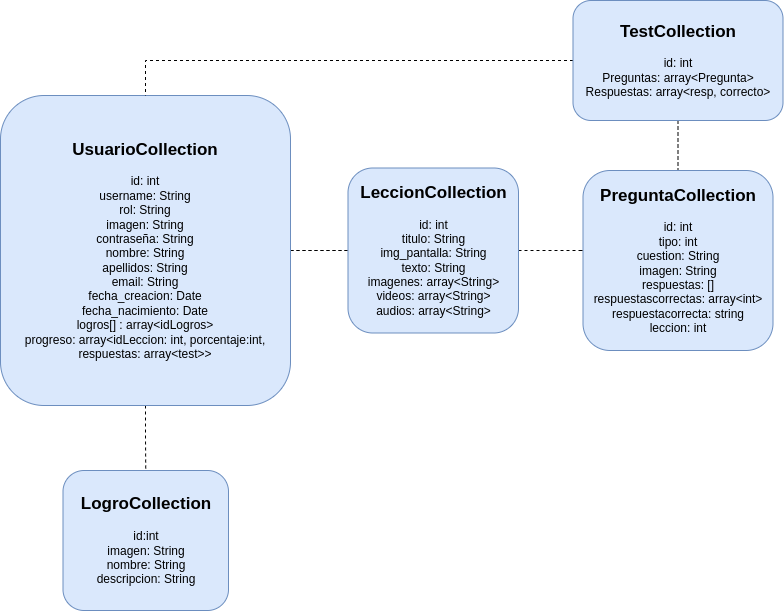
Above: Memoria/imagenes/c6/bbdd.png in SergioHrvas/MeloudyAppTFG (draw.io), before the change. Source tidied: cells renumbered, new cells last; positions are measured from the earlier drawing's top-left corner, leaving out a move shared by most shapes.
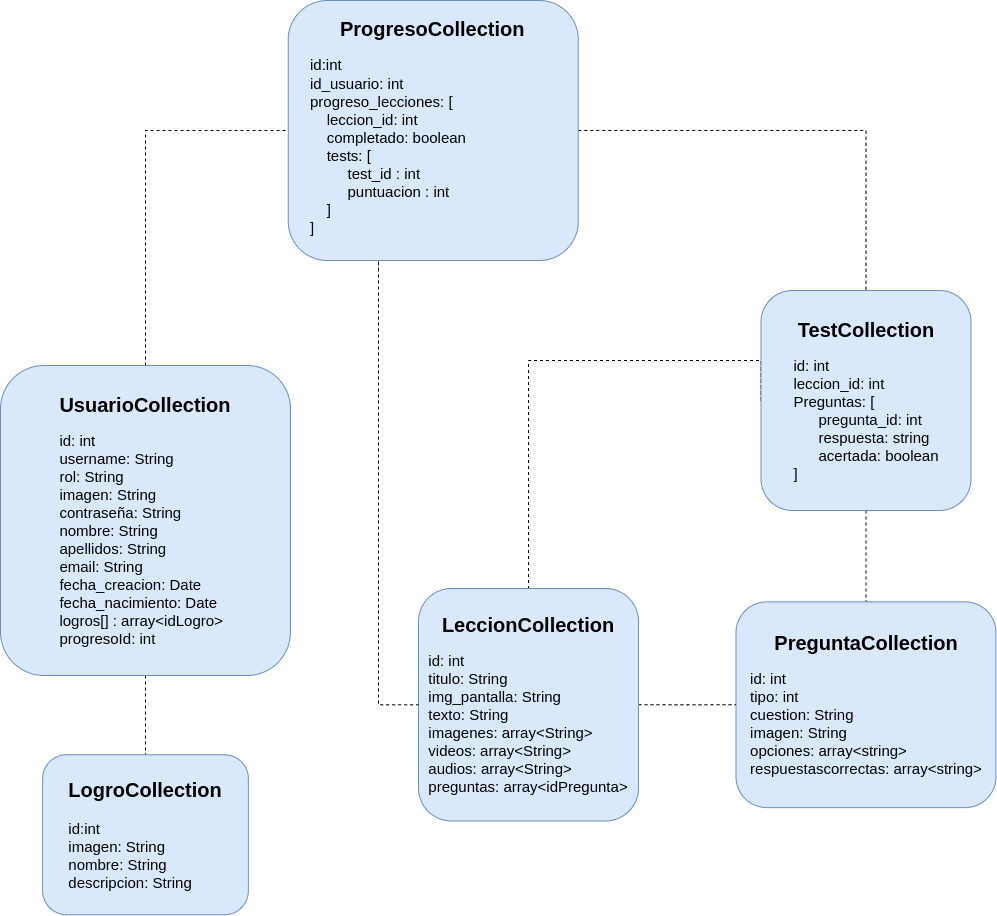
Above is the later version.

Diff of the diagram source:
```diff
@@ -5,49 +5,58 @@
     <mxCell id="2" style="edgeStyle=orthogonalEdgeStyle;rounded=0;jettySize=auto;html=1;exitX=0.5;exitY=1;exitDx=0;exitDy=0;endArrow=none;endFill=0;startArrow=none;startFill=0;dashed=1;" parent="1" edge="1" source="5" target="12">
       <mxGeometry relative="1" as="geometry" />
     </mxCell>
-    <mxCell id="3" style="edgeStyle=orthogonalEdgeStyle;rounded=0;jettySize=auto;html=1;exitX=1;exitY=0.5;exitDx=0;exitDy=0;entryX=0;entryY=0.5;entryDx=0;entryDy=0;fontSize=17;startArrow=none;startFill=0;endArrow=none;endFill=0;dashed=1;" parent="1" edge="1" source="5" target="11">
-      <mxGeometry relative="1" as="geometry" />
-    </mxCell>
-    <mxCell id="4" style="edgeStyle=orthogonalEdgeStyle;rounded=0;jettySize=auto;html=1;dashed=1;startArrow=none;startFill=0;endArrow=none;endFill=0;entryX=0;entryY=0.5;entryDx=0;entryDy=0;" parent="1" edge="1" source="5" target="11">
-      <mxGeometry relative="1" as="geometry" />
-    </mxCell>
+    <mxCell id="13" style="edgeStyle=orthogonalEdgeStyle;rounded=0;jettySize=auto;html=1;exitX=0.5;exitY=0;exitDx=0;exitDy=0;entryX=0;entryY=0.5;entryDx=0;entryDy=0;fontFamily=Verdana;fontSize=28;dashed=1;endArrow=none;endFill=0;" parent="1" edge="1" source="5" target="17">
+      <mxGeometry relative="1" as="geometry" />
+    </mxCell>
-    <mxCell id="5" value="&lt;b&gt;&lt;font style=&quot;font-size: 17px;&quot;&gt;UsuarioCollection&lt;br&gt;&lt;/font&gt;&lt;/b&gt;&lt;br&gt;id: int&lt;br&gt;username: String&lt;br&gt;rol: String&lt;br&gt;imagen: String&lt;br&gt;contraseña: String&lt;br&gt;nombre: String&lt;br&gt;apellidos: String&lt;br&gt;email: String&lt;br&gt;fecha_creacion: Date&lt;br&gt;fecha_nacimiento: Date&lt;br&gt;logros[] : array&amp;lt;idLogros&amp;gt;&lt;br&gt;progreso: array&amp;lt;idLeccion: int, porcentaje:int, respuestas: array&amp;lt;test&amp;gt;&amp;gt;" style="rounded=1;whiteSpace=wrap;html=1;fillColor=#dae8fc;strokeColor=#6c8ebf;" parent="1" vertex="1">
+    <mxCell id="5" value="&lt;b style=&quot;font-size: 20px;&quot;&gt;&lt;font style=&quot;font-size: 20px;&quot;&gt;UsuarioCollection&lt;br&gt;&lt;/font&gt;&lt;/b&gt;&lt;br&gt;&lt;div style=&quot;text-align: justify; font-size: 15px;&quot;&gt;&lt;span style=&quot;background-color: initial;&quot;&gt;&lt;font style=&quot;font-size: 15px;&quot;&gt;id: int&lt;/font&gt;&lt;/span&gt;&lt;/div&gt;&lt;div style=&quot;text-align: justify; font-size: 15px;&quot;&gt;&lt;span style=&quot;background-color: initial;&quot;&gt;&lt;font style=&quot;font-size: 15px;&quot;&gt;username: String&lt;/font&gt;&lt;/span&gt;&lt;/div&gt;&lt;div style=&quot;text-align: justify; font-size: 15px;&quot;&gt;&lt;span style=&quot;background-color: initial;&quot;&gt;&lt;font style=&quot;font-size: 15px;&quot;&gt;rol: String&lt;/font&gt;&lt;/span&gt;&lt;/div&gt;&lt;div style=&quot;text-align: justify; font-size: 15px;&quot;&gt;&lt;span style=&quot;background-color: initial;&quot;&gt;&lt;font style=&quot;font-size: 15px;&quot;&gt;imagen: String&lt;/font&gt;&lt;/span&gt;&lt;/div&gt;&lt;div style=&quot;text-align: justify; font-size: 15px;&quot;&gt;&lt;span style=&quot;background-color: initial;&quot;&gt;&lt;font style=&quot;font-size: 15px;&quot;&gt;contraseña: String&lt;/font&gt;&lt;/span&gt;&lt;/div&gt;&lt;div style=&quot;text-align: justify; font-size: 15px;&quot;&gt;&lt;span style=&quot;background-color: initial;&quot;&gt;&lt;font style=&quot;font-size: 15px;&quot;&gt;nombre: String&lt;/font&gt;&lt;/span&gt;&lt;/div&gt;&lt;div style=&quot;text-align: justify; font-size: 15px;&quot;&gt;&lt;span style=&quot;background-color: initial;&quot;&gt;&lt;font style=&quot;font-size: 15px;&quot;&gt;apellidos: String&lt;/font&gt;&lt;/span&gt;&lt;/div&gt;&lt;div style=&quot;text-align: justify; font-size: 15px;&quot;&gt;&lt;span style=&quot;background-color: initial;&quot;&gt;&lt;font style=&quot;font-size: 15px;&quot;&gt;email: String&lt;/font&gt;&lt;/span&gt;&lt;/div&gt;&lt;div style=&quot;text-align: justify; font-size: 15px;&quot;&gt;&lt;span style=&quot;background-color: initial;&quot;&gt;&lt;font style=&quot;font-size: 15px;&quot;&gt;fecha_creacion: Date&lt;/font&gt;&lt;/span&gt;&lt;/div&gt;&lt;div style=&quot;text-align: justify; font-size: 15px;&quot;&gt;&lt;span style=&quot;background-color: initial;&quot;&gt;&lt;font style=&quot;font-size: 15px;&quot;&gt;fecha_nacimiento: Date&lt;/font&gt;&lt;/span&gt;&lt;/div&gt;&lt;div style=&quot;text-align: justify; font-size: 15px;&quot;&gt;&lt;span style=&quot;background-color: initial;&quot;&gt;&lt;font style=&quot;font-size: 15px;&quot;&gt;logros[] : array&amp;lt;idLogro&amp;gt;&lt;/font&gt;&lt;/span&gt;&lt;/div&gt;&lt;div style=&quot;text-align: justify; font-size: 15px;&quot;&gt;&lt;span style=&quot;background-color: initial;&quot;&gt;&lt;font style=&quot;font-size: 15px;&quot;&gt;progresoId: int&lt;/font&gt;&lt;/span&gt;&lt;/div&gt;" style="rounded=1;whiteSpace=wrap;html=1;fillColor=#dae8fc;strokeColor=#6c8ebf;" parent="1" vertex="1">
       <mxGeometry y="95" width="290" height="310" as="geometry" />
     </mxCell>
     <mxCell id="6" style="edgeStyle=orthogonalEdgeStyle;rounded=0;jettySize=auto;html=1;exitX=0.5;exitY=1;exitDx=0;exitDy=0;entryX=0.5;entryY=0;entryDx=0;entryDy=0;fontSize=17;startArrow=none;startFill=0;endArrow=none;endFill=0;dashed=1;" parent="1" edge="1" source="8" target="9">
-      <mxGeometry relative="1" as="geometry">
-        <Array as="points">
-          <mxPoint x="678" y="210" />
-          <mxPoint x="678" y="210" />
-        </Array>
-      </mxGeometry>
+      <mxGeometry relative="1" as="geometry" />
     </mxCell>
-    <mxCell id="7" style="edgeStyle=orthogonalEdgeStyle;rounded=0;jettySize=auto;html=1;entryX=0.5;entryY=0;entryDx=0;entryDy=0;fontSize=17;startArrow=none;startFill=0;endArrow=none;endFill=0;dashed=1;exitX=0;exitY=0.5;exitDx=0;exitDy=0;" parent="1" edge="1" source="8" target="5">
-      <mxGeometry relative="1" as="geometry">
-        <Array as="points">
-          <mxPoint x="145" y="60" />
-        </Array>
-      </mxGeometry>
-    </mxCell>
+    <mxCell id="14" style="edgeStyle=orthogonalEdgeStyle;rounded=0;jettySize=auto;html=1;exitX=0;exitY=0.5;exitDx=0;exitDy=0;entryX=0.5;entryY=0;entryDx=0;entryDy=0;dashed=1;fontFamily=Verdana;fontSize=28;endArrow=none;endFill=0;" parent="1" edge="1" source="8" target="11">
+      <mxGeometry relative="1" as="geometry">
+        <Array as="points">
+          <mxPoint x="761" y="90" />
+          <mxPoint x="528" y="90" />
+        </Array>
+      </mxGeometry>
+    </mxCell>
-    <mxCell id="8" value="&lt;font style=&quot;&quot;&gt;&lt;font style=&quot;font-weight: bold; font-size: 17px;&quot;&gt;TestCollection&lt;br&gt;&lt;/font&gt;&lt;br&gt;id: int&lt;br&gt;&lt;/font&gt;&lt;font style=&quot;font-size: 12px;&quot;&gt;Preguntas: array&amp;lt;Pregunta&amp;gt;&lt;br&gt;Respuestas: array&amp;lt;resp, correcto&amp;gt;&lt;br&gt;&lt;/font&gt;" style="rounded=1;whiteSpace=wrap;html=1;fillColor=#dae8fc;strokeColor=#6c8ebf;" parent="1" vertex="1">
-      <mxGeometry x="572.5" width="210" height="120" as="geometry" />
+    <mxCell id="8" value="&lt;font style=&quot;&quot;&gt;&lt;font style=&quot;font-weight: bold;&quot;&gt;&lt;font style=&quot;font-size: 20px;&quot;&gt;TestCollection&lt;/font&gt;&lt;br&gt;&lt;/font&gt;&lt;br&gt;&lt;div style=&quot;font-size: 15px; text-align: justify;&quot;&gt;&lt;span style=&quot;background-color: initial;&quot;&gt;id: int&lt;/span&gt;&lt;/div&gt;&lt;div style=&quot;font-size: 15px; text-align: justify;&quot;&gt;&lt;span style=&quot;background-color: initial;&quot;&gt;leccion_id: int&lt;/span&gt;&lt;/div&gt;&lt;div style=&quot;font-size: 15px; text-align: justify;&quot;&gt;&lt;span style=&quot;background-color: initial;&quot;&gt;Preguntas: [&lt;/span&gt;&lt;/div&gt;&lt;div style=&quot;font-size: 15px; text-align: justify;&quot;&gt;&lt;span style=&quot;background-color: initial;&quot;&gt;&amp;nbsp; &amp;nbsp; &amp;nbsp; pregunta_id: int&lt;/span&gt;&lt;/div&gt;&lt;div style=&quot;font-size: 15px; text-align: justify;&quot;&gt;&lt;span style=&quot;background-color: initial;&quot;&gt;&amp;nbsp; &amp;nbsp; &amp;nbsp; respuesta: string&lt;/span&gt;&lt;/div&gt;&lt;div style=&quot;font-size: 15px; text-align: justify;&quot;&gt;&lt;span style=&quot;background-color: initial;&quot;&gt;&amp;nbsp; &amp;nbsp; &amp;nbsp; acertada: boolean&lt;/span&gt;&lt;/div&gt;&lt;div style=&quot;font-size: 15px; text-align: justify;&quot;&gt;]&lt;/div&gt;&lt;/font&gt;" style="rounded=1;whiteSpace=wrap;html=1;fillColor=#dae8fc;strokeColor=#6c8ebf;" parent="1" vertex="1">
+      <mxGeometry x="760.5" y="20" width="210" height="220" as="geometry" />
     </mxCell>
-    <mxCell id="9" value="&lt;font style=&quot;font-size: 17px;&quot;&gt;&lt;b&gt;PreguntaCollection&lt;br&gt;&lt;/b&gt;&lt;/font&gt;&lt;br&gt;id: int&lt;br&gt;tipo: int&lt;br&gt;cuestion: String&lt;br&gt;imagen: String&lt;br&gt;respuestas: []&lt;br&gt;respuestascorrectas: array&amp;lt;int&amp;gt;&lt;br&gt;respuestacorrecta: string&lt;br&gt;leccion: int" style="rounded=1;whiteSpace=wrap;html=1;fillColor=#dae8fc;strokeColor=#6c8ebf;" parent="1" vertex="1">
-      <mxGeometry x="582.5" y="170" width="190" height="180" as="geometry" />
+    <mxCell id="9" value="&lt;font style=&quot;&quot;&gt;&lt;b style=&quot;&quot;&gt;&lt;font style=&quot;font-size: 20px;&quot;&gt;PreguntaCollection&lt;/font&gt;&lt;br&gt;&lt;/b&gt;&lt;/font&gt;&lt;br&gt;&lt;div style=&quot;text-align: justify;&quot;&gt;&lt;span style=&quot;font-size: 15px; background-color: initial;&quot;&gt;id: int&lt;/span&gt;&lt;/div&gt;&lt;font style=&quot;font-size: 15px;&quot;&gt;&lt;div style=&quot;text-align: justify;&quot;&gt;&lt;span style=&quot;background-color: initial;&quot;&gt;tipo: int&lt;/span&gt;&lt;/div&gt;&lt;div style=&quot;text-align: justify;&quot;&gt;&lt;span style=&quot;background-color: initial;&quot;&gt;cuestion: String&lt;/span&gt;&lt;/div&gt;&lt;div style=&quot;text-align: justify;&quot;&gt;&lt;span style=&quot;background-color: initial;&quot;&gt;imagen: String&lt;/span&gt;&lt;/div&gt;&lt;div style=&quot;text-align: justify;&quot;&gt;&lt;span style=&quot;background-color: initial;&quot;&gt;opciones: array&amp;lt;string&amp;gt;&lt;/span&gt;&lt;/div&gt;&lt;div style=&quot;text-align: justify;&quot;&gt;&lt;span style=&quot;background-color: initial;&quot;&gt;respuestascorrectas: array&amp;lt;string&amp;gt;&lt;/span&gt;&lt;/div&gt;&lt;/font&gt;" style="rounded=1;whiteSpace=wrap;html=1;fillColor=#dae8fc;strokeColor=#6c8ebf;" parent="1" vertex="1">
+      <mxGeometry x="735.5" y="331.4" width="260" height="205.8" as="geometry" />
     </mxCell>
-    <mxCell id="10" style="edgeStyle=orthogonalEdgeStyle;rounded=0;jettySize=auto;html=1;fontSize=17;startArrow=none;startFill=0;endArrow=none;endFill=0;dashed=1;exitX=1;exitY=0.5;exitDx=0;exitDy=0;" parent="1" edge="1" source="11">
-      <mxGeometry relative="1" as="geometry">
-        <mxPoint x="578" y="250" as="targetPoint" />
-        <Array as="points">
-          <mxPoint x="583" y="250" />
-        </Array>
-      </mxGeometry>
+    <mxCell id="10" style="edgeStyle=orthogonalEdgeStyle;rounded=0;jettySize=auto;html=1;fontSize=17;startArrow=none;startFill=0;endArrow=none;endFill=0;dashed=1;exitX=1;exitY=0.5;exitDx=0;exitDy=0;entryX=0;entryY=0.5;entryDx=0;entryDy=0;" parent="1" edge="1" source="11" target="9">
+      <mxGeometry relative="1" as="geometry" />
     </mxCell>
-    <mxCell id="11" value="&lt;b&gt;&lt;font style=&quot;font-size: 17px;&quot;&gt;LeccionCollection&lt;br&gt;&lt;/font&gt;&lt;/b&gt;&lt;br&gt;id: int&lt;br&gt;titulo: String&lt;br&gt;img_pantalla: String&lt;br&gt;texto: String&lt;br&gt;imagenes: array&amp;lt;String&amp;gt;&lt;br&gt;videos: array&amp;lt;String&amp;gt;&lt;br&gt;audios: array&amp;lt;String&amp;gt;" style="rounded=1;whiteSpace=wrap;html=1;fillColor=#dae8fc;strokeColor=#6c8ebf;" parent="1" vertex="1">
-      <mxGeometry x="347.5" y="167.5" width="170.5" height="165" as="geometry" />
+    <mxCell id="11" value="&lt;b style=&quot;font-size: 20px;&quot;&gt;&lt;font style=&quot;font-size: 20px;&quot;&gt;LeccionCollection&lt;br&gt;&lt;/font&gt;&lt;/b&gt;&lt;br&gt;&lt;div style=&quot;text-align: justify;&quot;&gt;&lt;span style=&quot;font-size: 15px; background-color: initial;&quot;&gt;id: int&lt;/span&gt;&lt;/div&gt;&lt;font style=&quot;font-size: 15px;&quot;&gt;&lt;div style=&quot;text-align: justify;&quot;&gt;&lt;span style=&quot;background-color: initial;&quot;&gt;titulo: String&lt;/span&gt;&lt;/div&gt;&lt;div style=&quot;text-align: justify;&quot;&gt;&lt;span style=&quot;background-color: initial;&quot;&gt;img_pantalla: String&lt;/span&gt;&lt;/div&gt;&lt;div style=&quot;text-align: justify;&quot;&gt;&lt;span style=&quot;background-color: initial;&quot;&gt;texto: String&lt;/span&gt;&lt;/div&gt;&lt;div style=&quot;text-align: justify;&quot;&gt;&lt;span style=&quot;background-color: initial;&quot;&gt;imagenes: array&amp;lt;String&amp;gt;&lt;/span&gt;&lt;/div&gt;&lt;div style=&quot;text-align: justify;&quot;&gt;&lt;span style=&quot;background-color: initial;&quot;&gt;videos: array&amp;lt;String&amp;gt;&lt;/span&gt;&lt;/div&gt;&lt;div style=&quot;text-align: justify;&quot;&gt;&lt;span style=&quot;background-color: initial;&quot;&gt;audios: array&amp;lt;String&amp;gt;&lt;/span&gt;&lt;/div&gt;&lt;div style=&quot;text-align: justify;&quot;&gt;&lt;span style=&quot;background-color: initial;&quot;&gt;preguntas: array&amp;lt;idPregunta&amp;gt;&lt;/span&gt;&lt;/div&gt;&lt;/font&gt;" style="rounded=1;whiteSpace=wrap;html=1;fillColor=#dae8fc;strokeColor=#6c8ebf;" parent="1" vertex="1">
+      <mxGeometry x="418" y="318" width="220" height="232.5" as="geometry" />
     </mxCell>
-    <mxCell id="12" value="&lt;font style=&quot;&quot;&gt;&lt;b style=&quot;&quot;&gt;&lt;font style=&quot;font-size: 17px;&quot;&gt;LogroCollection&lt;/font&gt;&lt;/b&gt;&lt;br&gt;&lt;br&gt;id:int&lt;br&gt;imagen: String&lt;br&gt;nombre: String&lt;br&gt;descripcion: String&lt;br&gt;&lt;/font&gt;" style="rounded=1;whiteSpace=wrap;html=1;fillColor=#dae8fc;strokeColor=#6c8ebf;" parent="1" vertex="1">
-      <mxGeometry x="62.5" y="470" width="165.5" height="140" as="geometry" />
+    <mxCell id="12" value="&lt;font style=&quot;font-size: 15px;&quot;&gt;&lt;b style=&quot;&quot;&gt;&lt;font style=&quot;font-size: 20px;&quot;&gt;LogroCollection&lt;/font&gt;&lt;/b&gt;&lt;br&gt;&lt;br&gt;&lt;div style=&quot;text-align: justify;&quot;&gt;&lt;span style=&quot;background-color: initial;&quot;&gt;id:int&lt;/span&gt;&lt;/div&gt;&lt;div style=&quot;text-align: justify;&quot;&gt;&lt;span style=&quot;background-color: initial;&quot;&gt;imagen: String&lt;/span&gt;&lt;/div&gt;&lt;div style=&quot;text-align: justify;&quot;&gt;&lt;span style=&quot;background-color: initial;&quot;&gt;nombre: String&lt;/span&gt;&lt;/div&gt;&lt;div style=&quot;text-align: justify;&quot;&gt;&lt;span style=&quot;background-color: initial;&quot;&gt;descripcion: String&lt;/span&gt;&lt;/div&gt;&lt;/font&gt;" style="rounded=1;whiteSpace=wrap;html=1;fillColor=#dae8fc;strokeColor=#6c8ebf;" parent="1" vertex="1">
+      <mxGeometry x="42.1" y="484.2" width="205.8" height="160" as="geometry" />
     </mxCell>
+    <mxCell id="15" style="edgeStyle=orthogonalEdgeStyle;rounded=0;jettySize=auto;html=1;dashed=1;fontFamily=Verdana;fontSize=28;endArrow=none;endFill=0;" parent="1" edge="1" target="11">
+      <mxGeometry relative="1" as="geometry">
+        <mxPoint x="378" as="sourcePoint" />
+        <Array as="points">
+          <mxPoint x="378" y="-10" />
+          <mxPoint x="378" y="434" />
+        </Array>
+      </mxGeometry>
+    </mxCell>
+    <mxCell id="16" style="edgeStyle=orthogonalEdgeStyle;rounded=0;jettySize=auto;html=1;exitX=1;exitY=0.5;exitDx=0;exitDy=0;entryX=0.5;entryY=0;entryDx=0;entryDy=0;dashed=1;fontFamily=Verdana;fontSize=28;endArrow=none;endFill=0;" parent="1" edge="1" source="17" target="8">
+      <mxGeometry relative="1" as="geometry" />
+    </mxCell>
+    <mxCell id="17" value="&lt;div style=&quot;text-align: justify;&quot;&gt;&lt;br&gt;&lt;/div&gt;" style="rounded=1;whiteSpace=wrap;html=1;fillColor=#dae8fc;strokeColor=#6c8ebf;" parent="1" vertex="1">
+      <mxGeometry x="287.8" y="-270" width="290" height="260" as="geometry" />
+    </mxCell>
+    <mxCell id="18" value="&lt;div style=&quot;text-align: center; border-color: var(--border-color); color: rgb(0, 0, 0); font-size: 20px; font-variant-ligatures: normal; font-variant-caps: normal; font-weight: 400; letter-spacing: normal; orphans: 2; text-indent: 0px; text-transform: none; widows: 2; word-spacing: 0px; -webkit-text-stroke-width: 0px; text-decoration-thickness: initial; text-decoration-style: initial; text-decoration-color: initial; font-family: Helvetica;&quot;&gt;&lt;br&gt;&lt;/div&gt;&lt;div style=&quot;border-color: var(--border-color); color: rgb(0, 0, 0); font-size: 20px; font-variant-ligatures: normal; font-variant-caps: normal; font-weight: 400; letter-spacing: normal; orphans: 2; text-indent: 0px; text-transform: none; widows: 2; word-spacing: 0px; -webkit-text-stroke-width: 0px; text-decoration-thickness: initial; text-decoration-style: initial; text-decoration-color: initial; font-family: Helvetica;&quot;&gt;&lt;span style=&quot;background-color: initial; font-size: 15px;&quot;&gt;id:int&lt;/span&gt;&lt;/div&gt;&lt;font style=&quot;border-color: var(--border-color); font-style: normal; font-variant-ligatures: normal; font-variant-caps: normal; font-weight: 400; letter-spacing: normal; orphans: 2; text-indent: 0px; text-transform: none; widows: 2; word-spacing: 0px; -webkit-text-stroke-width: 0px; text-decoration-thickness: initial; text-decoration-style: initial; text-decoration-color: initial; font-family: Helvetica; font-size: 15px;&quot;&gt;&lt;div style=&quot;color: rgb(0, 0, 0); border-color: var(--border-color);&quot;&gt;&lt;span style=&quot;border-color: var(--border-color);&quot;&gt;id_usuario: int&lt;/span&gt;&lt;/div&gt;&lt;div style=&quot;color: rgb(0, 0, 0); border-color: var(--border-color);&quot;&gt;&lt;span style=&quot;border-color: var(--border-color);&quot;&gt;progreso_lecciones: [&lt;/span&gt;&lt;/div&gt;&lt;div style=&quot;color: rgb(0, 0, 0); border-color: var(--border-color); text-align: justify;&quot;&gt;&lt;span style=&quot;border-color: var(--border-color);&quot;&gt;&amp;nbsp; &amp;nbsp; leccion_id: int&lt;/span&gt;&lt;/div&gt;&lt;div style=&quot;color: rgb(0, 0, 0); border-color: var(--border-color); text-align: justify;&quot;&gt;&lt;span style=&quot;border-color: var(--border-color);&quot;&gt;&amp;nbsp; &amp;nbsp; completado: boolean&lt;/span&gt;&lt;/div&gt;&lt;div style=&quot;border-color: var(--border-color); text-align: justify;&quot;&gt;&lt;span style=&quot;border-color: var(--border-color);&quot;&gt;&amp;nbsp; &amp;nbsp; tests: [&lt;/span&gt;&lt;/div&gt;&lt;div style=&quot;color: rgb(0, 0, 0); border-color: var(--border-color); text-align: justify;&quot;&gt;&lt;span style=&quot;border-color: var(--border-color);&quot;&gt;&amp;nbsp; &amp;nbsp; &amp;nbsp; &amp;nbsp; &amp;nbsp;test_id : int&lt;/span&gt;&lt;/div&gt;&lt;div style=&quot;color: rgb(0, 0, 0); border-color: var(--border-color); text-align: justify;&quot;&gt;&lt;span style=&quot;border-color: var(--border-color);&quot;&gt;&amp;nbsp; &amp;nbsp; &amp;nbsp; &amp;nbsp; &amp;nbsp;puntuacion : int&lt;/span&gt;&lt;/div&gt;&lt;div style=&quot;color: rgb(0, 0, 0); border-color: var(--border-color); text-align: justify;&quot;&gt;&lt;span style=&quot;border-color: var(--border-color);&quot;&gt;&amp;nbsp; &amp;nbsp; ]&lt;/span&gt;&lt;/div&gt;&lt;div style=&quot;color: rgb(0, 0, 0); border-color: var(--border-color); text-align: justify;&quot;&gt;&lt;span style=&quot;border-color: var(--border-color);&quot;&gt;]&lt;/span&gt;&lt;/div&gt;&lt;/font&gt;" style="text;whiteSpace=wrap;html=1;fontSize=20;fontFamily=Verdana;" parent="1" vertex="1">
+      <mxGeometry x="307.8" y="-250" width="250" height="230" as="geometry" />
+    </mxCell>
+    <mxCell id="19" value="&lt;div style=&quot;border-color: var(--border-color); color: rgb(0, 0, 0); font-size: 20px; font-style: normal; font-variant-ligatures: normal; font-variant-caps: normal; font-weight: 400; letter-spacing: normal; orphans: 2; text-indent: 0px; text-transform: none; widows: 2; word-spacing: 0px; -webkit-text-stroke-width: 0px; text-decoration-thickness: initial; text-decoration-style: initial; text-decoration-color: initial; text-align: center; font-family: Helvetica;&quot;&gt;&lt;b style=&quot;border-color: var(--border-color);&quot;&gt;&lt;font style=&quot;border-color: var(--border-color); font-size: 20px;&quot;&gt;ProgresoCollection&lt;/font&gt;&lt;/b&gt;&lt;/div&gt;" style="text;whiteSpace=wrap;html=1;fontSize=20;fontFamily=Verdana;fontColor=#000000;" parent="1" vertex="1">
+      <mxGeometry x="337.8" y="-260" width="220" height="70" as="geometry" />
+    </mxCell>
   </root>
 </mxGraphModel>
```
